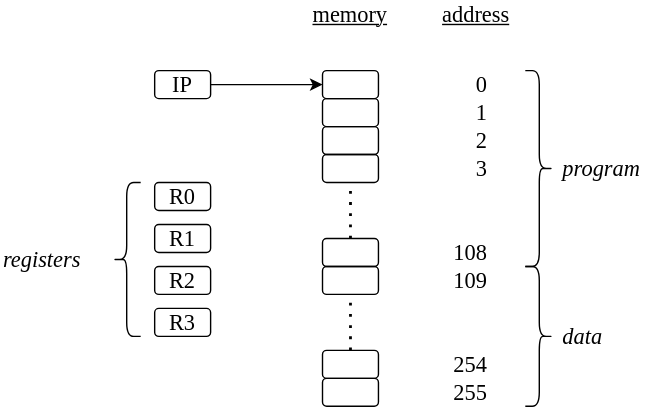
gvwilson/thirdbit keeps this draw.io diagram as sdxpy/vm/architecture.svg. Above is the earlier version. Source tidied: cells renumbered, new cells last; positions are measured from the earlier drawing's top-left corner, leaving out a move shared by most shapes.
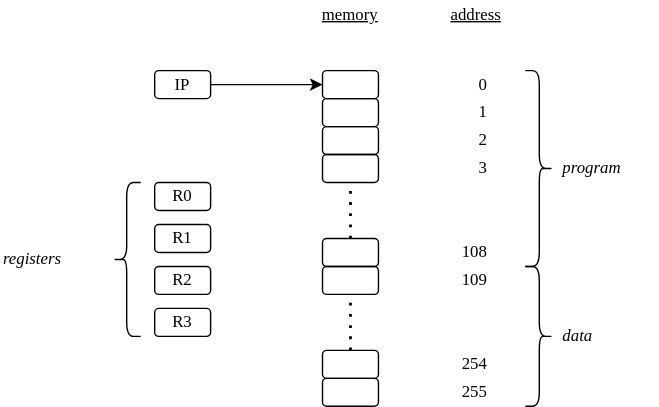
After the change.

The edit, as a diff of the source:
```diff
@@ -2,100 +2,100 @@
   <root>
     <mxCell id="0" />
     <mxCell id="1" parent="0" />
-    <mxCell id="2" style="rounded=1;whiteSpace=wrap;html=1;fillColor=none;sketch=0;fontFamily=Verdana;" parent="1" vertex="1">
+    <mxCell id="2" style="rounded=1;whiteSpace=wrap;html=1;fillColor=none;sketch=0;fontFamily=Verdana;fontSize=12;" parent="1" vertex="1">
       <mxGeometry x="230" y="50" width="40" height="20" as="geometry" />
     </mxCell>
-    <mxCell id="3" value="&lt;font style=&quot;font-size: 16px&quot;&gt;0&lt;/font&gt;" style="text;html=1;strokeColor=none;fillColor=none;align=right;verticalAlign=middle;whiteSpace=wrap;rounded=0;sketch=0;fontFamily=Verdana;" parent="1" vertex="1">
+    <mxCell id="3" value="&lt;font style=&quot;font-size: 12px;&quot;&gt;0&lt;/font&gt;" style="text;html=1;strokeColor=none;fillColor=none;align=right;verticalAlign=middle;whiteSpace=wrap;rounded=0;sketch=0;fontFamily=Verdana;fontSize=12;" parent="1" vertex="1">
       <mxGeometry x="310" y="50" width="40" height="20" as="geometry" />
     </mxCell>
-    <mxCell id="4" style="rounded=1;whiteSpace=wrap;html=1;fillColor=none;sketch=0;fontFamily=Verdana;" parent="1" vertex="1">
+    <mxCell id="4" style="rounded=1;whiteSpace=wrap;html=1;fillColor=none;sketch=0;fontFamily=Verdana;fontSize=12;" parent="1" vertex="1">
       <mxGeometry x="230" y="70" width="40" height="20" as="geometry" />
     </mxCell>
-    <mxCell id="5" value="&lt;font style=&quot;font-size: 16px&quot;&gt;1&lt;/font&gt;" style="text;html=1;strokeColor=none;fillColor=none;align=right;verticalAlign=middle;whiteSpace=wrap;rounded=0;sketch=0;fontFamily=Verdana;" parent="1" vertex="1">
+    <mxCell id="5" value="&lt;font style=&quot;font-size: 12px;&quot;&gt;1&lt;/font&gt;" style="text;html=1;strokeColor=none;fillColor=none;align=right;verticalAlign=middle;whiteSpace=wrap;rounded=0;sketch=0;fontFamily=Verdana;fontSize=12;" parent="1" vertex="1">
       <mxGeometry x="310" y="70" width="40" height="20" as="geometry" />
     </mxCell>
-    <mxCell id="6" style="rounded=1;whiteSpace=wrap;html=1;fillColor=none;sketch=0;fontFamily=Verdana;" parent="1" vertex="1">
+    <mxCell id="6" style="rounded=1;whiteSpace=wrap;html=1;fillColor=none;sketch=0;fontFamily=Verdana;fontSize=12;" parent="1" vertex="1">
       <mxGeometry x="230" y="90" width="40" height="20" as="geometry" />
     </mxCell>
-    <mxCell id="7" value="&lt;font style=&quot;font-size: 16px&quot;&gt;2&lt;/font&gt;" style="text;html=1;strokeColor=none;fillColor=none;align=right;verticalAlign=middle;whiteSpace=wrap;rounded=0;sketch=0;fontFamily=Verdana;" parent="1" vertex="1">
+    <mxCell id="7" value="&lt;font style=&quot;font-size: 12px;&quot;&gt;2&lt;/font&gt;" style="text;html=1;strokeColor=none;fillColor=none;align=right;verticalAlign=middle;whiteSpace=wrap;rounded=0;sketch=0;fontFamily=Verdana;fontSize=12;" parent="1" vertex="1">
       <mxGeometry x="310" y="90" width="40" height="20" as="geometry" />
     </mxCell>
-    <mxCell id="8" style="rounded=1;whiteSpace=wrap;html=1;fillColor=none;sketch=0;fontFamily=Verdana;" parent="1" vertex="1">
+    <mxCell id="8" style="rounded=1;whiteSpace=wrap;html=1;fillColor=none;sketch=0;fontFamily=Verdana;fontSize=12;" parent="1" vertex="1">
       <mxGeometry x="230" y="110" width="40" height="20" as="geometry" />
     </mxCell>
-    <mxCell id="9" value="&lt;font style=&quot;font-size: 16px&quot;&gt;3&lt;/font&gt;" style="text;html=1;strokeColor=none;fillColor=none;align=right;verticalAlign=middle;whiteSpace=wrap;rounded=0;sketch=0;fontFamily=Verdana;" parent="1" vertex="1">
+    <mxCell id="9" value="&lt;font style=&quot;font-size: 12px;&quot;&gt;3&lt;/font&gt;" style="text;html=1;strokeColor=none;fillColor=none;align=right;verticalAlign=middle;whiteSpace=wrap;rounded=0;sketch=0;fontFamily=Verdana;fontSize=12;" parent="1" vertex="1">
       <mxGeometry x="310" y="110" width="40" height="20" as="geometry" />
     </mxCell>
-    <mxCell id="10" value="&lt;font style=&quot;font-size: 16px&quot;&gt;memory&lt;/font&gt;" style="text;html=1;strokeColor=none;fillColor=none;align=center;verticalAlign=middle;whiteSpace=wrap;rounded=0;fontStyle=4;sketch=0;fontFamily=Verdana;" parent="1" vertex="1">
+    <mxCell id="10" value="&lt;font style=&quot;font-size: 12px;&quot;&gt;memory&lt;/font&gt;" style="text;html=1;strokeColor=none;fillColor=none;align=center;verticalAlign=middle;whiteSpace=wrap;rounded=0;fontStyle=4;sketch=0;fontFamily=Verdana;fontSize=12;" parent="1" vertex="1">
       <mxGeometry x="215" width="70" height="20" as="geometry" />
     </mxCell>
-    <mxCell id="11" value="&lt;font&gt;&lt;span style=&quot;font-size: 16px&quot;&gt;address&lt;/span&gt;&lt;/font&gt;" style="text;html=1;strokeColor=none;fillColor=none;align=center;verticalAlign=middle;whiteSpace=wrap;rounded=0;fontStyle=4;sketch=0;fontFamily=Verdana;" parent="1" vertex="1">
+    <mxCell id="11" value="&lt;font style=&quot;font-size: 12px;&quot;&gt;&lt;span style=&quot;font-size: 12px;&quot;&gt;address&lt;/span&gt;&lt;/font&gt;" style="text;html=1;strokeColor=none;fillColor=none;align=center;verticalAlign=middle;whiteSpace=wrap;rounded=0;fontStyle=4;sketch=0;fontFamily=Verdana;fontSize=12;" parent="1" vertex="1">
       <mxGeometry x="305" width="70" height="20" as="geometry" />
     </mxCell>
-    <mxCell id="12" style="endArrow=none;dashed=1;html=1;dashPattern=1 3;strokeWidth=2;sketch=0;entryX=0.5;entryY=1;entryDx=0;entryDy=0;exitX=0.5;exitY=0;exitDx=0;exitDy=0;fontFamily=Verdana;" parent="1" edge="1" source="13" target="8">
+    <mxCell id="12" style="endArrow=none;dashed=1;html=1;dashPattern=1 3;strokeWidth=2;sketch=0;entryX=0.5;entryY=1;entryDx=0;entryDy=0;exitX=0.5;exitY=0;exitDx=0;exitDy=0;fontFamily=Verdana;fontSize=12;" parent="1" edge="1" source="13" target="8">
       <mxGeometry relative="1" as="geometry" />
     </mxCell>
-    <mxCell id="13" style="rounded=1;whiteSpace=wrap;html=1;fillColor=none;sketch=0;fontFamily=Verdana;" parent="1" vertex="1">
+    <mxCell id="13" style="rounded=1;whiteSpace=wrap;html=1;fillColor=none;sketch=0;fontFamily=Verdana;fontSize=12;" parent="1" vertex="1">
       <mxGeometry x="230" y="170" width="40" height="20" as="geometry" />
     </mxCell>
-    <mxCell id="14" style="rounded=1;whiteSpace=wrap;html=1;fillColor=none;sketch=0;fontFamily=Verdana;" parent="1" vertex="1">
+    <mxCell id="14" style="rounded=1;whiteSpace=wrap;html=1;fillColor=none;sketch=0;fontFamily=Verdana;fontSize=12;" parent="1" vertex="1">
       <mxGeometry x="230" y="190" width="40" height="20" as="geometry" />
     </mxCell>
-    <mxCell id="15" style="endArrow=none;dashed=1;html=1;dashPattern=1 3;strokeWidth=2;entryX=0.5;entryY=1;entryDx=0;entryDy=0;sketch=0;exitX=0.5;exitY=0;exitDx=0;exitDy=0;fontFamily=Verdana;" parent="1" edge="1" source="16" target="14">
+    <mxCell id="15" style="endArrow=none;dashed=1;html=1;dashPattern=1 3;strokeWidth=2;entryX=0.5;entryY=1;entryDx=0;entryDy=0;sketch=0;exitX=0.5;exitY=0;exitDx=0;exitDy=0;fontFamily=Verdana;fontSize=12;" parent="1" edge="1" source="16" target="14">
       <mxGeometry relative="1" as="geometry" />
     </mxCell>
-    <mxCell id="16" style="rounded=1;whiteSpace=wrap;html=1;fillColor=none;sketch=0;fontFamily=Verdana;" parent="1" vertex="1">
+    <mxCell id="16" style="rounded=1;whiteSpace=wrap;html=1;fillColor=none;sketch=0;fontFamily=Verdana;fontSize=12;" parent="1" vertex="1">
       <mxGeometry x="230" y="250" width="40" height="20" as="geometry" />
     </mxCell>
-    <mxCell id="17" style="rounded=1;whiteSpace=wrap;html=1;fillColor=none;sketch=0;fontFamily=Verdana;" parent="1" vertex="1">
+    <mxCell id="17" style="rounded=1;whiteSpace=wrap;html=1;fillColor=none;sketch=0;fontFamily=Verdana;fontSize=12;" parent="1" vertex="1">
       <mxGeometry x="230" y="270" width="40" height="20" as="geometry" />
     </mxCell>
-    <mxCell id="18" value="&lt;font style=&quot;font-size: 16px&quot;&gt;108&lt;/font&gt;" style="text;html=1;strokeColor=none;fillColor=none;align=right;verticalAlign=middle;whiteSpace=wrap;rounded=0;sketch=0;fontFamily=Verdana;" parent="1" vertex="1">
+    <mxCell id="18" value="&lt;font style=&quot;font-size: 12px;&quot;&gt;108&lt;/font&gt;" style="text;html=1;strokeColor=none;fillColor=none;align=right;verticalAlign=middle;whiteSpace=wrap;rounded=0;sketch=0;fontFamily=Verdana;fontSize=12;" parent="1" vertex="1">
       <mxGeometry x="310" y="170" width="40" height="20" as="geometry" />
     </mxCell>
-    <mxCell id="19" value="&lt;font style=&quot;font-size: 16px&quot;&gt;109&lt;/font&gt;" style="text;html=1;strokeColor=none;fillColor=none;align=right;verticalAlign=middle;whiteSpace=wrap;rounded=0;sketch=0;fontFamily=Verdana;" parent="1" vertex="1">
+    <mxCell id="19" value="&lt;font style=&quot;font-size: 12px;&quot;&gt;109&lt;/font&gt;" style="text;html=1;strokeColor=none;fillColor=none;align=right;verticalAlign=middle;whiteSpace=wrap;rounded=0;sketch=0;fontFamily=Verdana;fontSize=12;" parent="1" vertex="1">
       <mxGeometry x="310" y="190" width="40" height="20" as="geometry" />
     </mxCell>
-    <mxCell id="20" value="&lt;font style=&quot;font-size: 16px&quot;&gt;254&lt;/font&gt;" style="text;html=1;strokeColor=none;fillColor=none;align=right;verticalAlign=middle;whiteSpace=wrap;rounded=0;sketch=0;fontFamily=Verdana;" parent="1" vertex="1">
+    <mxCell id="20" value="&lt;font style=&quot;font-size: 12px;&quot;&gt;254&lt;/font&gt;" style="text;html=1;strokeColor=none;fillColor=none;align=right;verticalAlign=middle;whiteSpace=wrap;rounded=0;sketch=0;fontFamily=Verdana;fontSize=12;" parent="1" vertex="1">
       <mxGeometry x="310" y="250" width="40" height="20" as="geometry" />
     </mxCell>
-    <mxCell id="21" value="&lt;font style=&quot;font-size: 16px&quot;&gt;255&lt;/font&gt;" style="text;html=1;strokeColor=none;fillColor=none;align=right;verticalAlign=middle;whiteSpace=wrap;rounded=0;sketch=0;fontFamily=Verdana;" parent="1" vertex="1">
+    <mxCell id="21" value="&lt;font style=&quot;font-size: 12px;&quot;&gt;255&lt;/font&gt;" style="text;html=1;strokeColor=none;fillColor=none;align=right;verticalAlign=middle;whiteSpace=wrap;rounded=0;sketch=0;fontFamily=Verdana;fontSize=12;" parent="1" vertex="1">
       <mxGeometry x="310" y="270" width="40" height="20" as="geometry" />
     </mxCell>
-    <mxCell id="22" style="shape=curlyBracket;whiteSpace=wrap;html=1;rounded=1;fillColor=none;flipH=1;sketch=0;fontFamily=Verdana;" parent="1" vertex="1">
+    <mxCell id="22" style="shape=curlyBracket;whiteSpace=wrap;html=1;rounded=1;fillColor=none;flipH=1;sketch=0;fontFamily=Verdana;fontSize=12;" parent="1" vertex="1">
       <mxGeometry x="375" y="50" width="20" height="140" as="geometry" />
     </mxCell>
-    <mxCell id="23" style="shape=curlyBracket;whiteSpace=wrap;html=1;rounded=1;fillColor=none;flipH=1;sketch=0;fontFamily=Verdana;" parent="1" vertex="1">
+    <mxCell id="23" style="shape=curlyBracket;whiteSpace=wrap;html=1;rounded=1;fillColor=none;flipH=1;sketch=0;fontFamily=Verdana;fontSize=12;" parent="1" vertex="1">
       <mxGeometry x="375" y="190" width="20" height="100" as="geometry" />
     </mxCell>
-    <mxCell id="24" value="&lt;i&gt;&lt;font style=&quot;font-size: 16px&quot;&gt;program&lt;/font&gt;&lt;/i&gt;" style="text;html=1;strokeColor=none;fillColor=none;align=left;verticalAlign=middle;whiteSpace=wrap;rounded=0;sketch=0;fontFamily=Verdana;" parent="1" vertex="1">
+    <mxCell id="24" value="&lt;i style=&quot;font-size: 12px;&quot;&gt;&lt;font style=&quot;font-size: 12px;&quot;&gt;program&lt;/font&gt;&lt;/i&gt;" style="text;html=1;strokeColor=none;fillColor=none;align=left;verticalAlign=middle;whiteSpace=wrap;rounded=0;sketch=0;fontFamily=Verdana;fontSize=12;" parent="1" vertex="1">
       <mxGeometry x="400" y="110" width="70" height="20" as="geometry" />
     </mxCell>
-    <mxCell id="25" value="&lt;i&gt;&lt;font style=&quot;font-size: 16px&quot;&gt;data&lt;/font&gt;&lt;/i&gt;" style="text;html=1;strokeColor=none;fillColor=none;align=left;verticalAlign=middle;whiteSpace=wrap;rounded=0;sketch=0;fontFamily=Verdana;" parent="1" vertex="1">
+    <mxCell id="25" value="&lt;i style=&quot;font-size: 12px;&quot;&gt;&lt;font style=&quot;font-size: 12px;&quot;&gt;data&lt;/font&gt;&lt;/i&gt;" style="text;html=1;strokeColor=none;fillColor=none;align=left;verticalAlign=middle;whiteSpace=wrap;rounded=0;sketch=0;fontFamily=Verdana;fontSize=12;" parent="1" vertex="1">
       <mxGeometry x="400" y="230" width="70" height="20" as="geometry" />
     </mxCell>
-    <mxCell id="26" value="&lt;font style=&quot;font-size: 16px&quot;&gt;IP&lt;/font&gt;" style="rounded=1;whiteSpace=wrap;html=1;fillColor=none;sketch=0;fontFamily=Verdana;" parent="1" vertex="1">
+    <mxCell id="26" value="&lt;font style=&quot;font-size: 12px;&quot;&gt;IP&lt;/font&gt;" style="rounded=1;whiteSpace=wrap;html=1;fillColor=none;sketch=0;fontFamily=Verdana;fontSize=12;" parent="1" vertex="1">
       <mxGeometry x="110" y="50" width="40" height="20" as="geometry" />
     </mxCell>
-    <mxCell id="27" value="&lt;font&gt;&lt;span style=&quot;font-size: 16px&quot;&gt;R0&lt;/span&gt;&lt;/font&gt;" style="rounded=1;whiteSpace=wrap;html=1;fillColor=none;sketch=0;fontFamily=Verdana;" parent="1" vertex="1">
+    <mxCell id="27" value="&lt;font style=&quot;font-size: 12px;&quot;&gt;&lt;span style=&quot;font-size: 12px;&quot;&gt;R0&lt;/span&gt;&lt;/font&gt;" style="rounded=1;whiteSpace=wrap;html=1;fillColor=none;sketch=0;fontFamily=Verdana;fontSize=12;" parent="1" vertex="1">
       <mxGeometry x="110" y="130" width="40" height="20" as="geometry" />
     </mxCell>
-    <mxCell id="28" value="&lt;font style=&quot;font-size: 16px&quot;&gt;R1&lt;/font&gt;" style="rounded=1;whiteSpace=wrap;html=1;fillColor=none;sketch=0;fontFamily=Verdana;" parent="1" vertex="1">
+    <mxCell id="28" value="&lt;font style=&quot;font-size: 12px;&quot;&gt;R1&lt;/font&gt;" style="rounded=1;whiteSpace=wrap;html=1;fillColor=none;sketch=0;fontFamily=Verdana;fontSize=12;" parent="1" vertex="1">
       <mxGeometry x="110" y="160" width="40" height="20" as="geometry" />
     </mxCell>
-    <mxCell id="29" value="&lt;font&gt;&lt;span style=&quot;font-size: 16px&quot;&gt;R2&lt;/span&gt;&lt;/font&gt;" style="rounded=1;whiteSpace=wrap;html=1;fillColor=none;sketch=0;fontFamily=Verdana;" parent="1" vertex="1">
+    <mxCell id="29" value="&lt;font style=&quot;font-size: 12px;&quot;&gt;&lt;span style=&quot;font-size: 12px;&quot;&gt;R2&lt;/span&gt;&lt;/font&gt;" style="rounded=1;whiteSpace=wrap;html=1;fillColor=none;sketch=0;fontFamily=Verdana;fontSize=12;" parent="1" vertex="1">
       <mxGeometry x="110" y="190" width="40" height="20" as="geometry" />
     </mxCell>
-    <mxCell id="30" value="&lt;font style=&quot;font-size: 16px&quot;&gt;R3&lt;/font&gt;" style="rounded=1;whiteSpace=wrap;html=1;fillColor=none;sketch=0;fontFamily=Verdana;" parent="1" vertex="1">
+    <mxCell id="30" value="&lt;font style=&quot;font-size: 12px;&quot;&gt;R3&lt;/font&gt;" style="rounded=1;whiteSpace=wrap;html=1;fillColor=none;sketch=0;fontFamily=Verdana;fontSize=12;" parent="1" vertex="1">
       <mxGeometry x="110" y="220" width="40" height="20" as="geometry" />
     </mxCell>
-    <mxCell id="31" value="&lt;i&gt;&lt;font style=&quot;font-size: 16px&quot;&gt;registers&lt;/font&gt;&lt;/i&gt;" style="text;html=1;strokeColor=none;fillColor=none;align=left;verticalAlign=middle;whiteSpace=wrap;rounded=0;sketch=0;fontFamily=Verdana;" parent="1" vertex="1">
+    <mxCell id="31" value="&lt;i style=&quot;font-size: 12px;&quot;&gt;&lt;font style=&quot;font-size: 12px;&quot;&gt;registers&lt;/font&gt;&lt;/i&gt;" style="text;html=1;strokeColor=none;fillColor=none;align=left;verticalAlign=middle;whiteSpace=wrap;rounded=0;sketch=0;fontFamily=Verdana;fontSize=12;" parent="1" vertex="1">
       <mxGeometry y="175" width="80" height="20" as="geometry" />
     </mxCell>
-    <mxCell id="32" style="shape=curlyBracket;whiteSpace=wrap;html=1;rounded=1;sketch=0;fontFamily=Verdana;" parent="1" vertex="1">
+    <mxCell id="32" style="shape=curlyBracket;whiteSpace=wrap;html=1;rounded=1;sketch=0;fontFamily=Verdana;fontSize=12;" parent="1" vertex="1">
       <mxGeometry x="80" y="130" width="20" height="110" as="geometry" />
     </mxCell>
-    <mxCell id="33" style="endArrow=classic;html=1;entryX=0;entryY=0.5;entryDx=0;entryDy=0;exitX=1;exitY=0.5;exitDx=0;exitDy=0;sketch=0;fontFamily=Verdana;" parent="1" edge="1" source="26" target="2">
+    <mxCell id="33" style="endArrow=classic;html=1;entryX=0;entryY=0.5;entryDx=0;entryDy=0;exitX=1;exitY=0.5;exitDx=0;exitDy=0;sketch=0;fontFamily=Verdana;fontSize=12;" parent="1" edge="1" source="26" target="2">
       <mxGeometry relative="1" as="geometry" />
     </mxCell>
   </root>
```
